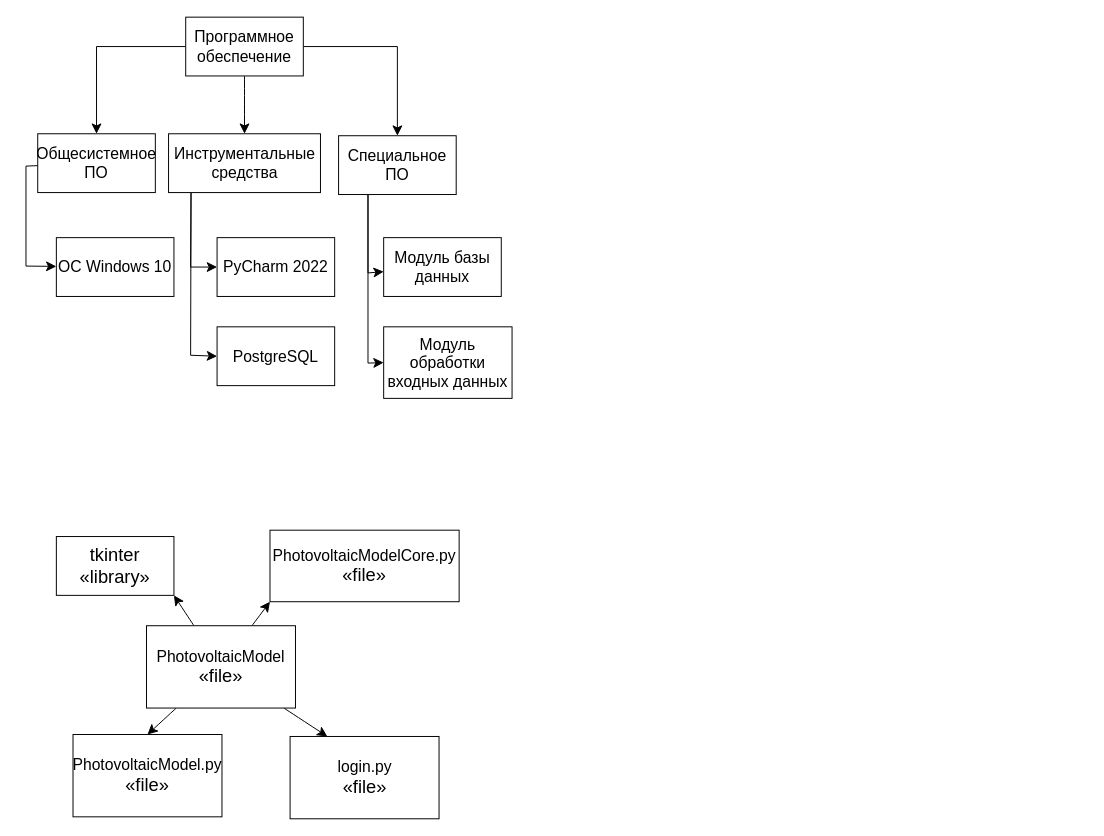
This is lab7.drawio from DiKachura/tppo, a draw.io file, before an edit. Source tidied: cells renumbered, new cells numbered last; positions are measured from the earlier drawing's top-left corner, leaving out a move shared by most shapes. Both pictures are drawn from the tidied source at 98%, with x=0, y=0 at pixel (25, 17).
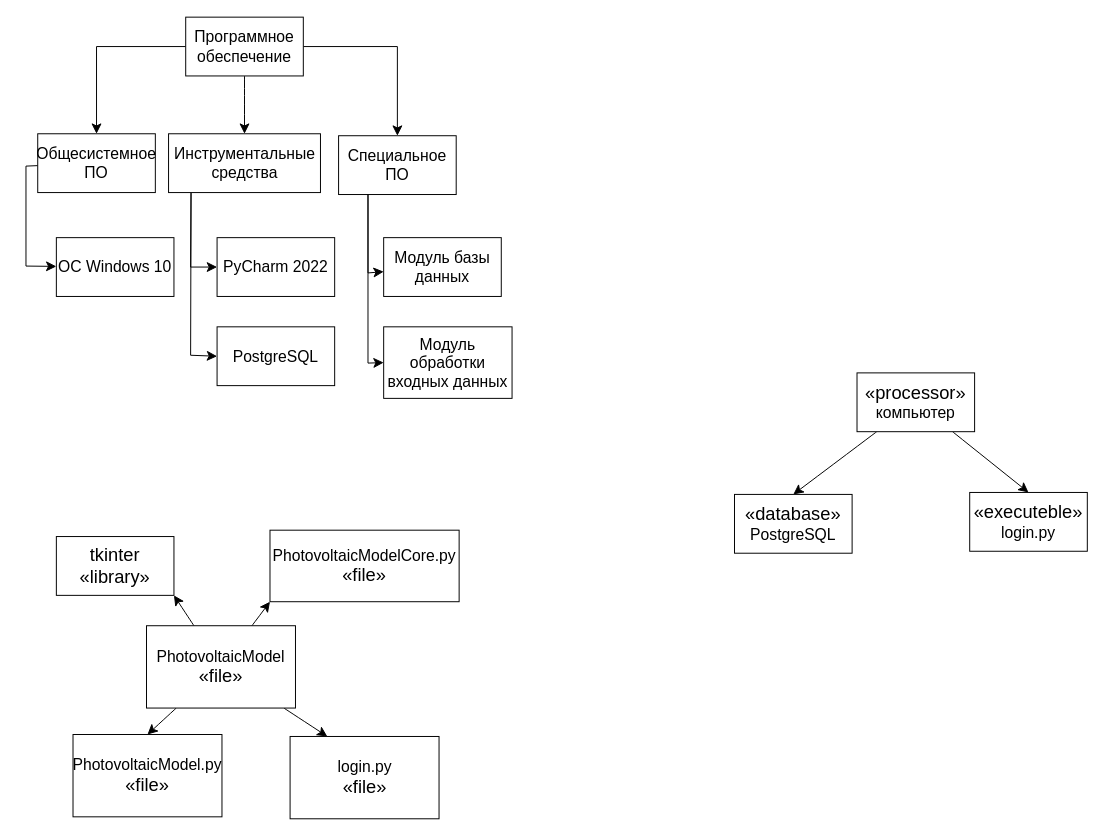
The same diagram, later.

Commit message:
диаграмма развертывания

Change to the diagram source:
```diff
@@
+    <mxCell id="28" style="edgeStyle=none;curved=1;rounded=0;jettySize=auto;html=1;entryX=0.5;entryY=0;entryDx=0;entryDy=0;fontSize=12;startSize=8;endSize=8;" parent="1" edge="1" source="30" target="31">
+      <mxGeometry relative="1" as="geometry" />
+    </mxCell>
+    <mxCell id="29" style="edgeStyle=none;curved=1;rounded=0;jettySize=auto;html=1;entryX=0.5;entryY=0;entryDx=0;entryDy=0;fontSize=12;startSize=8;endSize=8;" parent="1" edge="1" source="30" target="32">
+      <mxGeometry relative="1" as="geometry" />
+    </mxCell>
+    <mxCell id="30" value="&lt;span class=&quot;a&quot;&gt;&lt;span style=&quot;font-size:14.0pt;&lt;br/&gt;line-height:150%;mso-fareast-font-family:Calibri;mso-fareast-theme-font:minor-latin;&lt;br/&gt;mso-ansi-language:RU;mso-fareast-language:EN-US;mso-bidi-language:AR-SA&quot;&gt;«processor»&lt;br&gt;&lt;/span&gt;&lt;/span&gt;компьютер" style="rounded=0;whiteSpace=wrap;html=1;fontSize=16;" parent="1" vertex="1">
+      <mxGeometry x="848" y="363" width="120" height="60" as="geometry" />
+    </mxCell>
+    <mxCell id="31" value="&lt;span class=&quot;a&quot;&gt;&lt;span style=&quot;font-size:14.0pt;&lt;br/&gt;line-height:150%;mso-fareast-font-family:Calibri;mso-fareast-theme-font:minor-latin;&lt;br/&gt;mso-ansi-language:RU;mso-fareast-language:EN-US;mso-bidi-language:AR-SA&quot;&gt;«database»&lt;br&gt;&lt;/span&gt;&lt;/span&gt;PostgreSQL" style="rounded=0;whiteSpace=wrap;html=1;fontSize=16;" parent="1" vertex="1">
+      <mxGeometry x="723" y="487" width="120" height="60" as="geometry" />
+    </mxCell>
+    <mxCell id="32" value="&lt;span class=&quot;a&quot;&gt;&lt;span style=&quot;font-size:14.0pt;&lt;br/&gt;line-height:150%;mso-fareast-font-family:Calibri;mso-fareast-theme-font:minor-latin;&lt;br/&gt;mso-ansi-language:RU;mso-fareast-language:EN-US;mso-bidi-language:AR-SA&quot;&gt;«executeble»&lt;br&gt;&lt;/span&gt;&lt;/span&gt;login.py" style="rounded=0;whiteSpace=wrap;html=1;fontSize=16;" parent="1" vertex="1">
+      <mxGeometry x="963" y="485" width="120" height="60" as="geometry" />
+    </mxCell>
```
